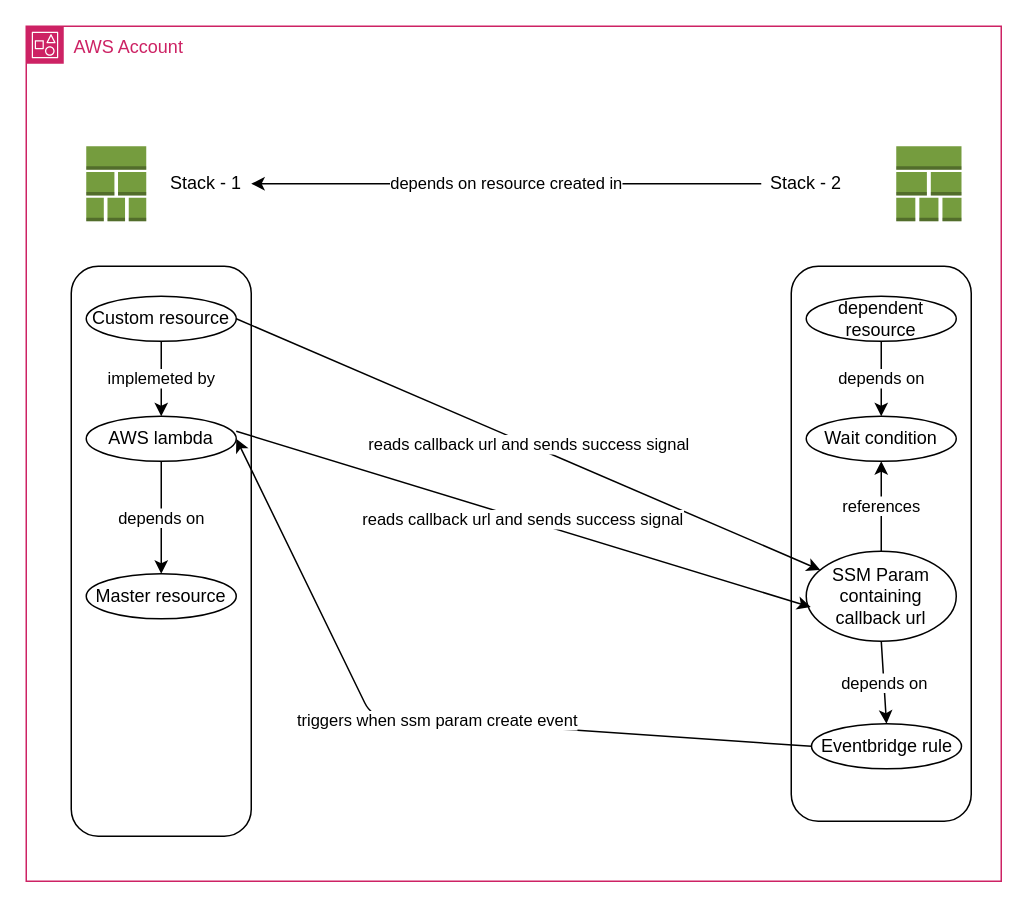
Before: inter-stackdependency-architecture.drawio in nikhil-zadoo/cross-stack-dependency, a draw.io diagram. Source tidied: cells renumbered, new cells numbered last; positions are measured from the earlier drawing's top-left corner, leaving out a move shared by most shapes. Both pictures are drawn from the tidied source at 150%, with x=0, y=0 at pixel (26, 26).
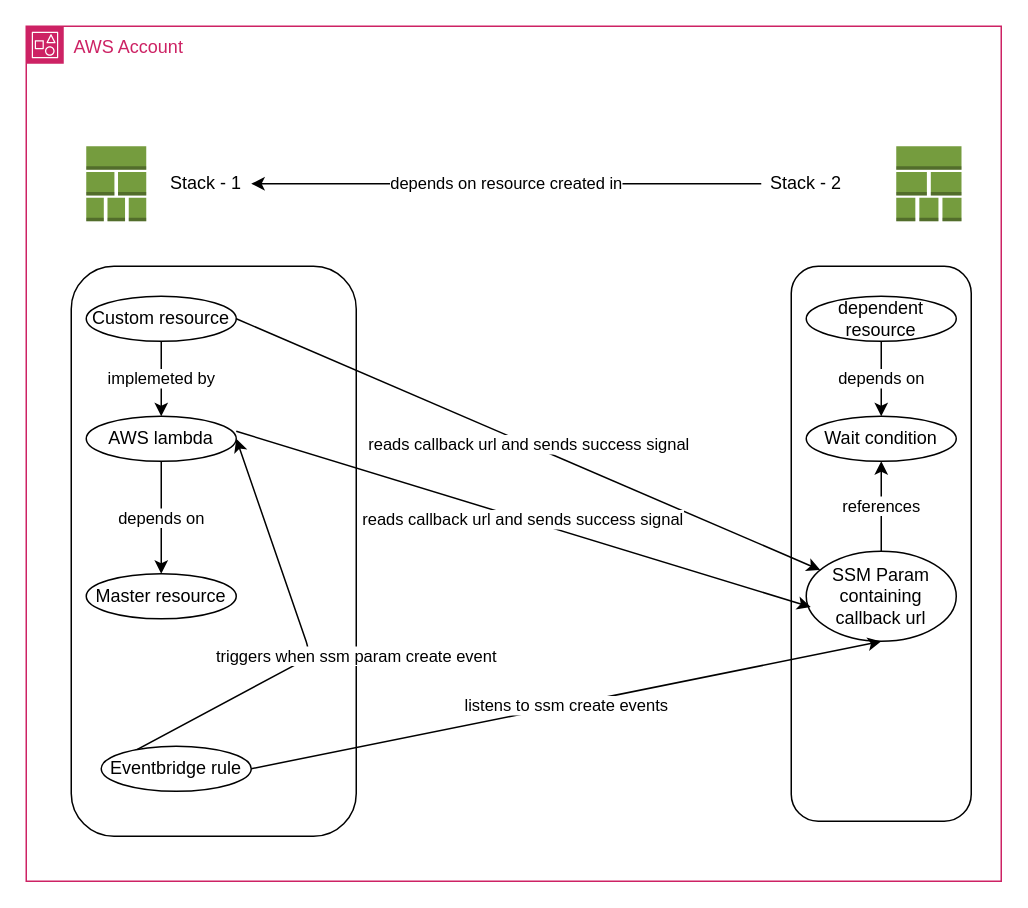
The same page after the edit.

Unchanged cells that the change refers to:
```xml
<mxCell id="2" value="AWS Account" style="gradientColor=none;html=1;whiteSpace=wrap;fontSize=12;fontStyle=0;shape=mxgraph.aws4.group;grIcon=mxgraph.aws4.group_account;strokeColor=#CD2264;fillColor=none;verticalAlign=top;align=left;spacingLeft=30;fontColor=#CD2264;dashed=0;" parent="1" vertex="1">
  <mxGeometry width="650" height="570" as="geometry" />
</mxCell>
<mxCell id="6" style="rounded=1;whiteSpace=wrap;html=1;" parent="2" vertex="1">
  <mxGeometry x="510" y="160" width="120" height="370" as="geometry" />
</mxCell>
<mxCell id="15" value="SSM Param containing callback url" style="ellipse;whiteSpace=wrap;html=1;" parent="2" vertex="1">
  <mxGeometry x="520" y="350" width="100" height="60" as="geometry" />
</mxCell>
<mxCell id="23" value="AWS lambda" style="ellipse;whiteSpace=wrap;html=1;" parent="2" vertex="1">
  <mxGeometry x="40" y="260" width="100" height="30" as="geometry" />
</mxCell>
```

Change to the diagram source:
```diff
@@
-<mxGraphModel background="#FFFFFF">
+<mxGraphModel background="#ffffff">
@@
     <mxCell id="5" style="rounded=1;whiteSpace=wrap;html=1;" parent="2" vertex="1">
-      <mxGeometry x="30" y="160" width="120" height="380" as="geometry" />
+      <mxGeometry x="30" y="160" width="190" height="380" as="geometry" />
     </mxCell>
@@
-    <mxCell id="14" value="depends on" style="edgeStyle=none;html=1;exitX=0.5;exitY=1;exitDx=0;exitDy=0;entryX=0.5;entryY=0;entryDx=0;entryDy=0;" parent="2" edge="1" source="15" target="17">
-      <mxGeometry relative="1" as="geometry" />
-    </mxCell>
@@
     <mxCell id="16" value="triggers when ssm param create event" style="edgeStyle=none;html=1;exitX=0;exitY=0.5;exitDx=0;exitDy=0;entryX=1;entryY=0.5;entryDx=0;entryDy=0;" parent="2" edge="1" source="17" target="23">
-      <mxGeometry relative="1" as="geometry">
+      <mxGeometry x="0.02" y="-30" relative="1" as="geometry">
         <Array as="points">
-          <mxPoint x="230" y="460" />
+          <mxPoint x="190" y="420" />
         </Array>
+        <mxPoint x="2" y="10" as="offset" />
       </mxGeometry>
     </mxCell>
+    <mxCell id="25" value="listens to ssm create events" style="edgeStyle=none;html=1;exitX=1;exitY=0.5;exitDx=0;exitDy=0;entryX=0.5;entryY=0.676;entryDx=0;entryDy=0;entryPerimeter=0;" parent="2" edge="1" source="17" target="6">
+      <mxGeometry relative="1" as="geometry" />
+    </mxCell>
     <mxCell id="17" value="Eventbridge rule" style="ellipse;whiteSpace=wrap;html=1;" parent="2" vertex="1">
-      <mxGeometry x="523.5" y="465" width="100" height="30" as="geometry" />
+      <mxGeometry x="50" y="480" width="100" height="30" as="geometry" />
     </mxCell>
```
